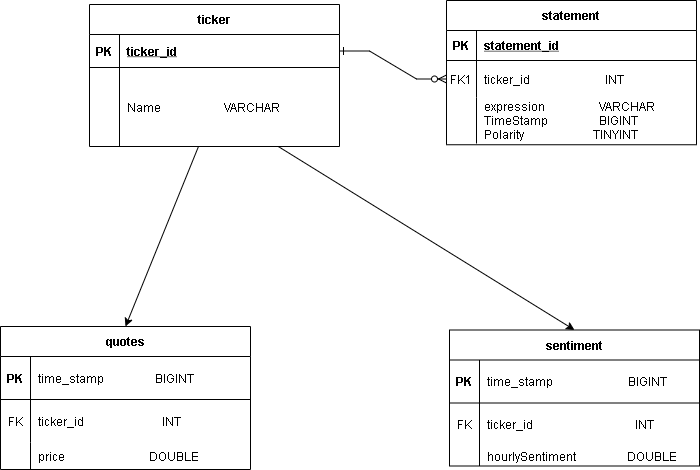
This is readme_resources/DB_Scheme.png from jonreesman/watch-dog, a draw.io export, as it was before one commit. Source tidied: cells renumbered, new cells last; positions are measured from the earlier drawing's top-left corner, leaving out a move shared by most shapes. Source of this version:
```xml
<mxGraphModel>
  <root>
    <mxCell id="0" />
    <mxCell id="1" parent="0" />
    <mxCell id="2" style="edgeStyle=entityRelationEdgeStyle;endArrow=ERzeroToMany;startArrow=ERone;endFill=1;startFill=0;rounded=0;" parent="1" edge="1" source="14" target="7">
      <mxGeometry relative="1" as="geometry" />
    </mxCell>
    <mxCell id="3" value="statement" style="shape=table;startSize=30;rowLines=0;fontStyle=1;align=center;hachureGap=4;" parent="1" vertex="1">
      <mxGeometry x="446" width="250" height="144.2" as="geometry" />
    </mxCell>
    <mxCell id="4" style="shape=partialRectangle;fillColor=none;top=0;left=0;right=0;bottom=1;hachureGap=4;" parent="3" vertex="1">
      <mxGeometry y="30" width="250" height="30" as="geometry" />
    </mxCell>
    <mxCell id="5" value="PK" style="shape=partialRectangle;overflow=hidden;fillColor=none;top=0;left=0;bottom=0;right=0;fontStyle=1;hachureGap=4;" parent="4" vertex="1">
      <mxGeometry width="30" height="30" as="geometry" />
    </mxCell>
    <mxCell id="6" value="statement_id" style="shape=partialRectangle;overflow=hidden;fillColor=none;top=0;left=0;bottom=0;right=0;align=left;spacingLeft=6;fontStyle=5;hachureGap=4;" parent="4" vertex="1">
      <mxGeometry x="30" width="220" height="30" as="geometry" />
    </mxCell>
    <mxCell id="7" style="shape=partialRectangle;fillColor=none;points=[[0,0.5],[1,0.5]];portConstraint=eastwest;top=0;left=0;right=0;bottom=0;hachureGap=4;" parent="3" vertex="1">
      <mxGeometry y="60" width="250" height="37" as="geometry" />
    </mxCell>
    <mxCell id="8" value="FK1" style="shape=partialRectangle;overflow=hidden;fillColor=none;top=0;left=0;bottom=0;right=0;hachureGap=4;" parent="7" vertex="1">
      <mxGeometry width="30" height="37" as="geometry" />
    </mxCell>
    <mxCell id="9" value="ticker_id                         INT " style="shape=partialRectangle;overflow=hidden;fillColor=none;top=0;left=0;bottom=0;right=0;align=left;spacingLeft=6;hachureGap=4;" parent="7" vertex="1">
      <mxGeometry x="30" width="220" height="37" as="geometry" />
    </mxCell>
    <mxCell id="10" style="shape=partialRectangle;fillColor=none;top=0;left=0;right=0;bottom=0;hachureGap=4;" parent="3" vertex="1">
      <mxGeometry y="97" width="250" height="46" as="geometry" />
    </mxCell>
    <mxCell id="11" style="shape=partialRectangle;overflow=hidden;fillColor=none;top=0;left=0;bottom=0;right=0;hachureGap=4;" parent="10" vertex="1">
      <mxGeometry width="30" height="46" as="geometry" />
    </mxCell>
    <mxCell id="12" value="expression                  VARCHAR      &#10;TimeStamp                 BIGINT       &#10;Polarity                       TINYINT   " style="shape=partialRectangle;overflow=hidden;fillColor=none;top=0;left=0;bottom=0;right=0;align=left;spacingLeft=6;hachureGap=4;" parent="10" vertex="1">
      <mxGeometry x="30" width="220" height="46" as="geometry" />
    </mxCell>
    <mxCell id="13" value="ticker" style="shape=table;startSize=30;rowLines=0;fontStyle=1;align=center;hachureGap=4;" parent="1" vertex="1">
      <mxGeometry x="89" y="4" width="250" height="142" as="geometry" />
    </mxCell>
    <mxCell id="14" style="shape=partialRectangle;fillColor=none;points=[[0,0.5],[1,0.5]];portConstraint=eastwest;top=0;left=0;right=0;bottom=1;hachureGap=4;" parent="13" vertex="1">
      <mxGeometry y="30" width="250" height="33" as="geometry" />
    </mxCell>
    <mxCell id="15" value="PK" style="shape=partialRectangle;overflow=hidden;fillColor=none;top=0;left=0;bottom=0;right=0;fontStyle=1;hachureGap=4;" parent="14" vertex="1">
      <mxGeometry width="30" height="33" as="geometry" />
    </mxCell>
    <mxCell id="16" value="ticker_id" style="shape=partialRectangle;overflow=hidden;fillColor=none;top=0;left=0;bottom=0;right=0;align=left;spacingLeft=6;fontStyle=5;hachureGap=4;" parent="14" vertex="1">
      <mxGeometry x="30" width="220" height="33" as="geometry" />
    </mxCell>
    <mxCell id="17" style="shape=partialRectangle;fillColor=none;points=[[0,0.5],[1,0.5]];portConstraint=eastwest;top=0;left=0;right=0;bottom=0;hachureGap=4;" parent="13" vertex="1">
      <mxGeometry y="63" width="250" height="79" as="geometry" />
    </mxCell>
    <mxCell id="18" style="shape=partialRectangle;overflow=hidden;fillColor=none;top=0;left=0;bottom=0;right=0;hachureGap=4;" parent="17" vertex="1">
      <mxGeometry width="30" height="79" as="geometry" />
    </mxCell>
    <mxCell id="19" value="Name                     VARCHAR" style="shape=partialRectangle;overflow=hidden;fillColor=none;top=0;left=0;bottom=0;right=0;align=left;spacingLeft=6;hachureGap=4;" parent="17" vertex="1">
      <mxGeometry x="30" width="220" height="79" as="geometry" />
    </mxCell>
    <mxCell id="20" value="quotes" style="shape=table;startSize=30;rowLines=0;fontStyle=1;align=center;hachureGap=4;" parent="1" vertex="1">
      <mxGeometry y="326" width="250" height="143" as="geometry" />
    </mxCell>
    <mxCell id="21" style="shape=partialRectangle;fillColor=none;top=0;left=0;right=0;bottom=1;hachureGap=4;" parent="20" vertex="1">
      <mxGeometry y="30" width="250" height="43" as="geometry" />
    </mxCell>
    <mxCell id="22" value="PK" style="shape=partialRectangle;overflow=hidden;fillColor=none;top=0;left=0;bottom=0;right=0;fontStyle=1;hachureGap=4;" parent="21" vertex="1">
      <mxGeometry width="30" height="43" as="geometry" />
    </mxCell>
    <mxCell id="23" value="time_stamp                 BIGINT" style="shape=partialRectangle;overflow=hidden;fillColor=none;top=0;left=0;bottom=0;right=0;align=left;spacingLeft=6;fontStyle=0;hachureGap=4;" parent="21" vertex="1">
      <mxGeometry x="30" width="220" height="43" as="geometry" />
    </mxCell>
    <mxCell id="24" style="shape=partialRectangle;fillColor=none;top=0;left=0;right=0;bottom=0;hachureGap=4;" parent="20" vertex="1">
      <mxGeometry y="73" width="250" height="43" as="geometry" />
    </mxCell>
    <mxCell id="25" value="FK" style="shape=partialRectangle;overflow=hidden;fillColor=none;top=0;left=0;bottom=0;right=0;hachureGap=4;" parent="24" vertex="1">
      <mxGeometry width="30" height="43" as="geometry" />
    </mxCell>
    <mxCell id="26" value="ticker_id                          INT" style="shape=partialRectangle;overflow=hidden;fillColor=none;top=0;left=0;bottom=0;right=0;align=left;spacingLeft=6;hachureGap=4;fontStyle=0;" parent="24" vertex="1">
      <mxGeometry x="30" width="220" height="43" as="geometry" />
    </mxCell>
    <mxCell id="27" style="shape=partialRectangle;fillColor=none;top=0;left=0;right=0;bottom=0;hachureGap=4;" parent="20" vertex="1">
      <mxGeometry y="116" width="250" height="27" as="geometry" />
    </mxCell>
    <mxCell id="28" style="shape=partialRectangle;overflow=hidden;fillColor=none;top=0;left=0;bottom=0;right=0;hachureGap=4;" parent="27" vertex="1">
      <mxGeometry width="30" height="27" as="geometry" />
    </mxCell>
    <mxCell id="29" value="price                            DOUBLE" style="shape=partialRectangle;overflow=hidden;fillColor=none;top=0;left=0;bottom=0;right=0;align=left;spacingLeft=6;hachureGap=4;" parent="27" vertex="1">
      <mxGeometry x="30" width="220" height="27" as="geometry" />
    </mxCell>
    <mxCell id="30" style="edgeStyle=none;html=1;entryX=0.5;entryY=0;entryDx=0;entryDy=0;" parent="1" edge="1" source="17" target="20">
      <mxGeometry relative="1" as="geometry" />
    </mxCell>
    <mxCell id="31" value="sentiment" style="shape=table;startSize=30;rowLines=0;fontStyle=1;align=center;hachureGap=4;" parent="1" vertex="1">
      <mxGeometry x="449" y="329.5" width="250" height="136" as="geometry" />
    </mxCell>
    <mxCell id="32" style="shape=partialRectangle;fillColor=none;top=0;left=0;right=0;bottom=1;hachureGap=4;" parent="31" vertex="1">
      <mxGeometry y="30" width="250" height="43" as="geometry" />
    </mxCell>
    <mxCell id="33" value="PK" style="shape=partialRectangle;overflow=hidden;fillColor=none;top=0;left=0;bottom=0;right=0;fontStyle=1;hachureGap=4;" parent="32" vertex="1">
      <mxGeometry width="30" height="43" as="geometry" />
    </mxCell>
    <mxCell id="34" value="time_stamp                         BIGINT" style="shape=partialRectangle;overflow=hidden;fillColor=none;top=0;left=0;bottom=0;right=0;align=left;spacingLeft=6;fontStyle=0;hachureGap=4;" parent="32" vertex="1">
      <mxGeometry x="30" width="220" height="43" as="geometry" />
    </mxCell>
    <mxCell id="35" style="shape=partialRectangle;fillColor=none;top=0;left=0;right=0;bottom=0;hachureGap=4;" parent="31" vertex="1">
      <mxGeometry y="73" width="250" height="43" as="geometry" />
    </mxCell>
    <mxCell id="36" value="FK" style="shape=partialRectangle;overflow=hidden;fillColor=none;top=0;left=0;bottom=0;right=0;hachureGap=4;" parent="35" vertex="1">
      <mxGeometry width="30" height="43" as="geometry" />
    </mxCell>
    <mxCell id="37" value="ticker_id                                  INT" style="shape=partialRectangle;overflow=hidden;fillColor=none;top=0;left=0;bottom=0;right=0;align=left;spacingLeft=6;hachureGap=4;" parent="35" vertex="1">
      <mxGeometry x="30" width="220" height="43" as="geometry" />
    </mxCell>
    <mxCell id="38" style="shape=partialRectangle;fillColor=none;top=0;left=0;right=0;bottom=0;hachureGap=4;" parent="31" vertex="1">
      <mxGeometry y="116" width="250" height="20" as="geometry" />
    </mxCell>
    <mxCell id="39" style="shape=partialRectangle;overflow=hidden;fillColor=none;top=0;left=0;bottom=0;right=0;hachureGap=4;" parent="38" vertex="1">
      <mxGeometry width="30" height="20" as="geometry" />
    </mxCell>
    <mxCell id="40" value="hourlySentiment                 DOUBLE" style="shape=partialRectangle;overflow=hidden;fillColor=none;top=0;left=0;bottom=0;right=0;align=left;spacingLeft=6;hachureGap=4;" parent="38" vertex="1">
      <mxGeometry x="30" width="220" height="20" as="geometry" />
    </mxCell>
    <mxCell id="41" style="edgeStyle=none;html=1;entryX=0.5;entryY=0;entryDx=0;entryDy=0;" parent="1" edge="1" source="17" target="31">
      <mxGeometry relative="1" as="geometry" />
    </mxCell>
  </root>
</mxGraphModel>
```
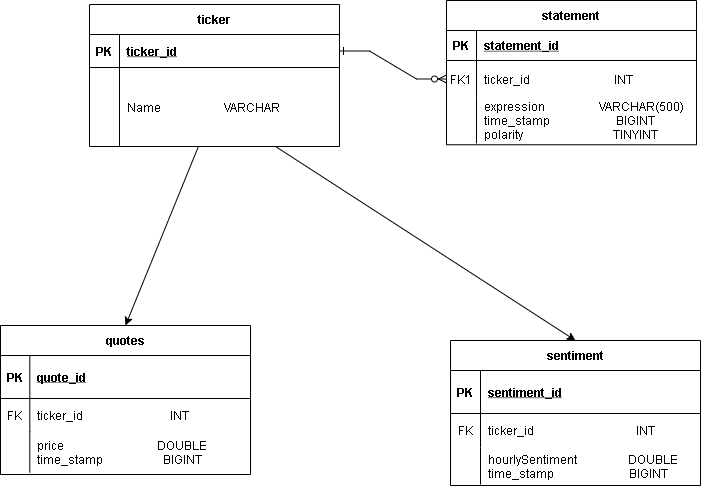
After the commit.

Diff of the diagram source:
```diff
@@ -23,7 +23,7 @@
     <mxCell id="8" value="FK1" style="shape=partialRectangle;overflow=hidden;fillColor=none;top=0;left=0;bottom=0;right=0;hachureGap=4;" parent="7" vertex="1">
       <mxGeometry width="30" height="37" as="geometry" />
     </mxCell>
-    <mxCell id="9" value="ticker_id                         INT " style="shape=partialRectangle;overflow=hidden;fillColor=none;top=0;left=0;bottom=0;right=0;align=left;spacingLeft=6;hachureGap=4;" parent="7" vertex="1">
+    <mxCell id="9" value="ticker_id                            INT " style="shape=partialRectangle;overflow=hidden;fillColor=none;top=0;left=0;bottom=0;right=0;align=left;spacingLeft=6;hachureGap=4;" parent="7" vertex="1">
       <mxGeometry x="30" width="220" height="37" as="geometry" />
     </mxCell>
     <mxCell id="10" style="shape=partialRectangle;fillColor=none;top=0;left=0;right=0;bottom=0;hachureGap=4;" parent="3" vertex="1">
@@ -32,7 +32,7 @@
     <mxCell id="11" style="shape=partialRectangle;overflow=hidden;fillColor=none;top=0;left=0;bottom=0;right=0;hachureGap=4;" parent="10" vertex="1">
       <mxGeometry width="30" height="46" as="geometry" />
     </mxCell>
-    <mxCell id="12" value="expression                  VARCHAR      &#10;TimeStamp                 BIGINT       &#10;Polarity                       TINYINT   " style="shape=partialRectangle;overflow=hidden;fillColor=none;top=0;left=0;bottom=0;right=0;align=left;spacingLeft=6;hachureGap=4;" parent="10" vertex="1">
+    <mxCell id="12" value="expression                  VARCHAR(500)      &#10;time_stamp                      BIGINT       &#10;polarity                              TINYINT   " style="shape=partialRectangle;overflow=hidden;fillColor=none;top=0;left=0;bottom=0;right=0;align=left;spacingLeft=6;hachureGap=4;" parent="10" vertex="1">
       <mxGeometry x="30" width="220" height="46" as="geometry" />
     </mxCell>
     <mxCell id="13" value="ticker" style="shape=table;startSize=30;rowLines=0;fontStyle=1;align=center;hachureGap=4;" parent="1" vertex="1">
@@ -57,40 +57,40 @@
       <mxGeometry x="30" width="220" height="79" as="geometry" />
     </mxCell>
     <mxCell id="20" value="quotes" style="shape=table;startSize=30;rowLines=0;fontStyle=1;align=center;hachureGap=4;" parent="1" vertex="1">
-      <mxGeometry y="326" width="250" height="143" as="geometry" />
+      <mxGeometry y="325" width="250" height="149" as="geometry" />
     </mxCell>
     <mxCell id="21" style="shape=partialRectangle;fillColor=none;top=0;left=0;right=0;bottom=1;hachureGap=4;" parent="20" vertex="1">
       <mxGeometry y="30" width="250" height="43" as="geometry" />
     </mxCell>
     <mxCell id="22" value="PK" style="shape=partialRectangle;overflow=hidden;fillColor=none;top=0;left=0;bottom=0;right=0;fontStyle=1;hachureGap=4;" parent="21" vertex="1">
-      <mxGeometry width="30" height="43" as="geometry" />
+      <mxGeometry width="29.3" height="43" as="geometry" />
     </mxCell>
-    <mxCell id="23" value="time_stamp                 BIGINT" style="shape=partialRectangle;overflow=hidden;fillColor=none;top=0;left=0;bottom=0;right=0;align=left;spacingLeft=6;fontStyle=0;hachureGap=4;" parent="21" vertex="1">
-      <mxGeometry x="30" width="220" height="43" as="geometry" />
+    <mxCell id="23" value="quote_id" style="shape=partialRectangle;overflow=hidden;fillColor=none;top=0;left=0;bottom=0;right=0;align=left;spacingLeft=6;fontStyle=5;hachureGap=4;" parent="21" vertex="1">
+      <mxGeometry x="29.3" width="220.7" height="43" as="geometry" />
     </mxCell>
     <mxCell id="24" style="shape=partialRectangle;fillColor=none;top=0;left=0;right=0;bottom=0;hachureGap=4;" parent="20" vertex="1">
-      <mxGeometry y="73" width="250" height="43" as="geometry" />
+      <mxGeometry y="73" width="250" height="33" as="geometry" />
     </mxCell>
     <mxCell id="25" value="FK" style="shape=partialRectangle;overflow=hidden;fillColor=none;top=0;left=0;bottom=0;right=0;hachureGap=4;" parent="24" vertex="1">
-      <mxGeometry width="30" height="43" as="geometry" />
+      <mxGeometry width="29.3" height="33" as="geometry" />
     </mxCell>
-    <mxCell id="26" value="ticker_id                          INT" style="shape=partialRectangle;overflow=hidden;fillColor=none;top=0;left=0;bottom=0;right=0;align=left;spacingLeft=6;hachureGap=4;fontStyle=0;" parent="24" vertex="1">
-      <mxGeometry x="30" width="220" height="43" as="geometry" />
+    <mxCell id="26" value="ticker_id                             INT" style="shape=partialRectangle;overflow=hidden;fillColor=none;top=0;left=0;bottom=0;right=0;align=left;spacingLeft=6;hachureGap=4;fontStyle=0;" parent="24" vertex="1">
+      <mxGeometry x="29.3" width="220.7" height="33" as="geometry" />
     </mxCell>
     <mxCell id="27" style="shape=partialRectangle;fillColor=none;top=0;left=0;right=0;bottom=0;hachureGap=4;" parent="20" vertex="1">
-      <mxGeometry y="116" width="250" height="27" as="geometry" />
+      <mxGeometry y="106" width="250" height="41" as="geometry" />
     </mxCell>
     <mxCell id="28" style="shape=partialRectangle;overflow=hidden;fillColor=none;top=0;left=0;bottom=0;right=0;hachureGap=4;" parent="27" vertex="1">
-      <mxGeometry width="30" height="27" as="geometry" />
+      <mxGeometry width="29.3" height="41" as="geometry" />
     </mxCell>
-    <mxCell id="29" value="price                            DOUBLE" style="shape=partialRectangle;overflow=hidden;fillColor=none;top=0;left=0;bottom=0;right=0;align=left;spacingLeft=6;hachureGap=4;" parent="27" vertex="1">
-      <mxGeometry x="30" width="220" height="27" as="geometry" />
+    <mxCell id="29" value="price                               DOUBLE&#10;time_stamp                    BIGINT" style="shape=partialRectangle;overflow=hidden;fillColor=none;top=0;left=0;bottom=0;right=0;align=left;spacingLeft=6;hachureGap=4;" parent="27" vertex="1">
+      <mxGeometry x="29.3" width="220.7" height="41" as="geometry" />
     </mxCell>
     <mxCell id="30" style="edgeStyle=none;html=1;entryX=0.5;entryY=0;entryDx=0;entryDy=0;" parent="1" edge="1" source="17" target="20">
       <mxGeometry relative="1" as="geometry" />
     </mxCell>
     <mxCell id="31" value="sentiment" style="shape=table;startSize=30;rowLines=0;fontStyle=1;align=center;hachureGap=4;" parent="1" vertex="1">
-      <mxGeometry x="449" y="329.5" width="250" height="136" as="geometry" />
+      <mxGeometry x="450" y="340" width="250" height="145" as="geometry" />
     </mxCell>
     <mxCell id="32" style="shape=partialRectangle;fillColor=none;top=0;left=0;right=0;bottom=1;hachureGap=4;" parent="31" vertex="1">
       <mxGeometry y="30" width="250" height="43" as="geometry" />
@@ -98,26 +98,26 @@
     <mxCell id="33" value="PK" style="shape=partialRectangle;overflow=hidden;fillColor=none;top=0;left=0;bottom=0;right=0;fontStyle=1;hachureGap=4;" parent="32" vertex="1">
       <mxGeometry width="30" height="43" as="geometry" />
     </mxCell>
-    <mxCell id="34" value="time_stamp                         BIGINT" style="shape=partialRectangle;overflow=hidden;fillColor=none;top=0;left=0;bottom=0;right=0;align=left;spacingLeft=6;fontStyle=0;hachureGap=4;" parent="32" vertex="1">
+    <mxCell id="34" value="sentiment_id" style="shape=partialRectangle;overflow=hidden;fillColor=none;top=0;left=0;bottom=0;right=0;align=left;spacingLeft=6;fontStyle=5;hachureGap=4;" parent="32" vertex="1">
       <mxGeometry x="30" width="220" height="43" as="geometry" />
     </mxCell>
     <mxCell id="35" style="shape=partialRectangle;fillColor=none;top=0;left=0;right=0;bottom=0;hachureGap=4;" parent="31" vertex="1">
-      <mxGeometry y="73" width="250" height="43" as="geometry" />
+      <mxGeometry y="73" width="250" height="34" as="geometry" />
     </mxCell>
     <mxCell id="36" value="FK" style="shape=partialRectangle;overflow=hidden;fillColor=none;top=0;left=0;bottom=0;right=0;hachureGap=4;" parent="35" vertex="1">
-      <mxGeometry width="30" height="43" as="geometry" />
+      <mxGeometry width="30" height="34" as="geometry" />
     </mxCell>
     <mxCell id="37" value="ticker_id                                  INT" style="shape=partialRectangle;overflow=hidden;fillColor=none;top=0;left=0;bottom=0;right=0;align=left;spacingLeft=6;hachureGap=4;" parent="35" vertex="1">
-      <mxGeometry x="30" width="220" height="43" as="geometry" />
+      <mxGeometry x="30" width="220" height="34" as="geometry" />
     </mxCell>
     <mxCell id="38" style="shape=partialRectangle;fillColor=none;top=0;left=0;right=0;bottom=0;hachureGap=4;" parent="31" vertex="1">
-      <mxGeometry y="116" width="250" height="20" as="geometry" />
+      <mxGeometry y="107" width="250" height="37" as="geometry" />
     </mxCell>
     <mxCell id="39" style="shape=partialRectangle;overflow=hidden;fillColor=none;top=0;left=0;bottom=0;right=0;hachureGap=4;" parent="38" vertex="1">
-      <mxGeometry width="30" height="20" as="geometry" />
+      <mxGeometry width="30" height="37" as="geometry" />
     </mxCell>
-    <mxCell id="40" value="hourlySentiment                 DOUBLE" style="shape=partialRectangle;overflow=hidden;fillColor=none;top=0;left=0;bottom=0;right=0;align=left;spacingLeft=6;hachureGap=4;" parent="38" vertex="1">
-      <mxGeometry x="30" width="220" height="20" as="geometry" />
+    <mxCell id="40" value="hourlySentiment                 DOUBLE&#10;time_stamp                         BIGINT" style="shape=partialRectangle;overflow=hidden;fillColor=none;top=0;left=0;bottom=0;right=0;align=left;spacingLeft=6;hachureGap=4;" parent="38" vertex="1">
+      <mxGeometry x="30" width="220" height="37" as="geometry" />
     </mxCell>
     <mxCell id="41" style="edgeStyle=none;html=1;entryX=0.5;entryY=0;entryDx=0;entryDy=0;" parent="1" edge="1" source="17" target="31">
       <mxGeometry relative="1" as="geometry" />
```
